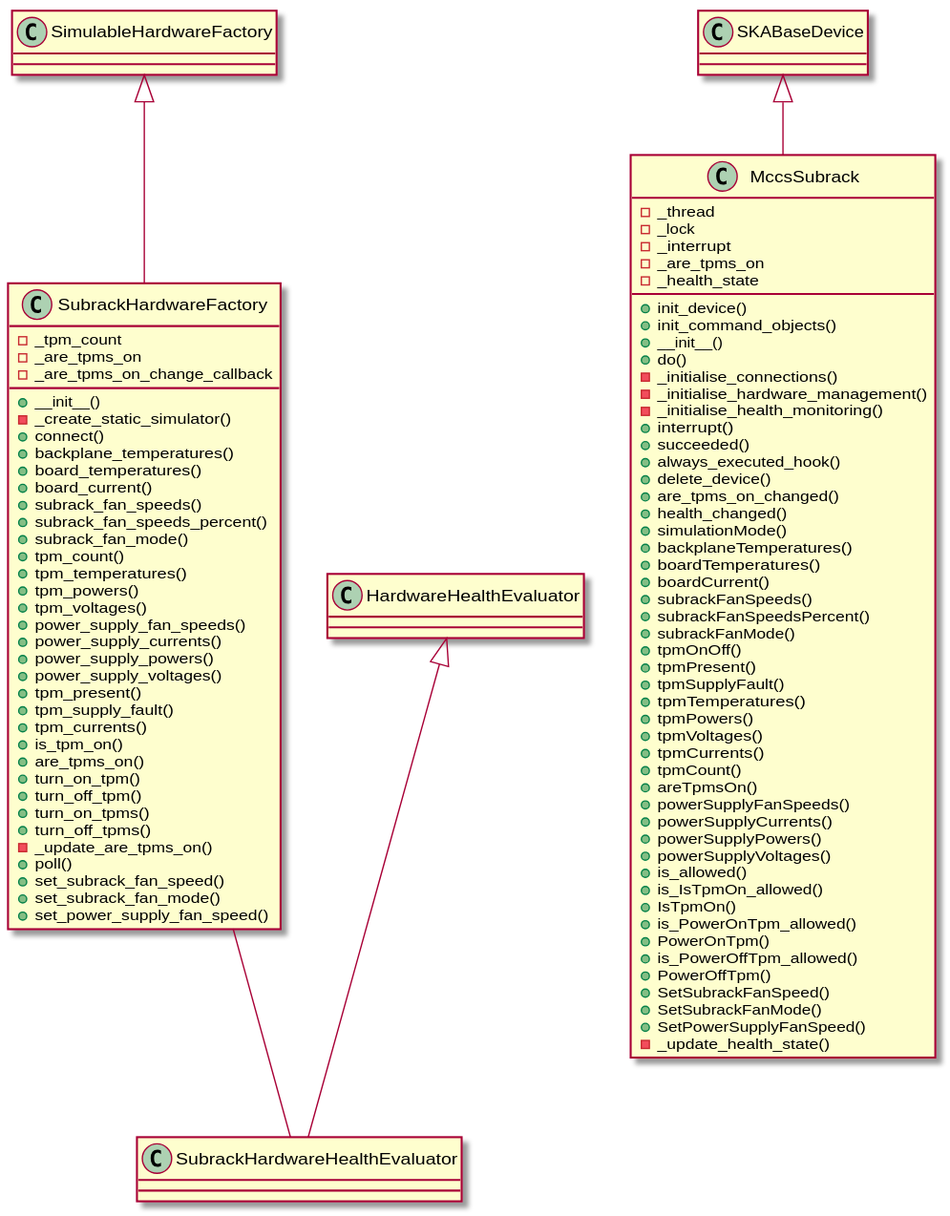
ska-telescope/ska-low-mccs-spshw keeps this PlantUML diagram as docs/source/api/subrack_device_class_diagram.svg. Above is the earlier version. Source of this version:
```plantuml
@startuml
class SubrackHardwareHealthEvaluator
class SubrackHardwareFactory
SubrackHardwareFactory : +__init__()
SubrackHardwareFactory : -_create_static_simulator()
SubrackHardwareFactory : +connect()
SubrackHardwareFactory : +backplane_temperatures()
SubrackHardwareFactory : +board_temperatures()
SubrackHardwareFactory : +board_current()
SubrackHardwareFactory : +subrack_fan_speeds()
SubrackHardwareFactory : +subrack_fan_speeds_percent()
SubrackHardwareFactory : +subrack_fan_mode()
SubrackHardwareFactory : +tpm_count()
SubrackHardwareFactory : +tpm_temperatures()
SubrackHardwareFactory : +tpm_powers()
SubrackHardwareFactory : +tpm_voltages()
SubrackHardwareFactory : +power_supply_fan_speeds()
SubrackHardwareFactory : +power_supply_currents()
SubrackHardwareFactory : +power_supply_powers()
SubrackHardwareFactory : +power_supply_voltages()
SubrackHardwareFactory : +tpm_present()
SubrackHardwareFactory : +tpm_supply_fault()
SubrackHardwareFactory : +tpm_currents()
SubrackHardwareFactory : +is_tpm_on()
SubrackHardwareFactory : +are_tpms_on()
SubrackHardwareFactory : +turn_on_tpm()
SubrackHardwareFactory : +turn_off_tpm()
SubrackHardwareFactory : +turn_on_tpms()
SubrackHardwareFactory : +turn_off_tpms()
SubrackHardwareFactory : -_update_are_tpms_on()
SubrackHardwareFactory : +poll()
SubrackHardwareFactory : +set_subrack_fan_speed()
SubrackHardwareFactory : +set_subrack_fan_mode()
SubrackHardwareFactory : +set_power_supply_fan_speed()
class MccsSubrack
MccsSubrack : +init_device()
MccsSubrack : +init_command_objects()
MccsSubrack : +__init__()
MccsSubrack : +do()
MccsSubrack : -_initialise_connections()
MccsSubrack : -_initialise_hardware_management()
MccsSubrack : -_initialise_health_monitoring()
MccsSubrack : +interrupt()
MccsSubrack : +succeeded()
MccsSubrack : +always_executed_hook()
MccsSubrack : +delete_device()
MccsSubrack : +are_tpms_on_changed()
MccsSubrack : +health_changed()
MccsSubrack : +simulationMode()
MccsSubrack : +backplaneTemperatures()
MccsSubrack : +boardTemperatures()
MccsSubrack : +boardCurrent()
MccsSubrack : +subrackFanSpeeds()
MccsSubrack : +subrackFanSpeedsPercent()
MccsSubrack : +subrackFanMode()
MccsSubrack : +tpmOnOff()
MccsSubrack : +tpmPresent()
MccsSubrack : +tpmSupplyFault()
MccsSubrack : +tpmTemperatures()
MccsSubrack : +tpmPowers()
MccsSubrack : +tpmVoltages()
MccsSubrack : +tpmCurrents()
MccsSubrack : +tpmCount()
MccsSubrack : +areTpmsOn()
MccsSubrack : +powerSupplyFanSpeeds()
MccsSubrack : +powerSupplyCurrents()
MccsSubrack : +powerSupplyPowers()
MccsSubrack : +powerSupplyVoltages()
MccsSubrack : +is_allowed()
MccsSubrack : +is_IsTpmOn_allowed()
MccsSubrack : +IsTpmOn()
MccsSubrack : +is_PowerOnTpm_allowed()
MccsSubrack : +PowerOnTpm()
MccsSubrack : +is_PowerOffTpm_allowed()
MccsSubrack : +PowerOffTpm()
MccsSubrack : +SetSubrackFanSpeed()
MccsSubrack : +SetSubrackFanMode()
MccsSubrack : +SetPowerSupplyFanSpeed()
MccsSubrack : -_update_health_state()
SubrackHardwareFactory : -_tpm_count
SubrackHardwareFactory : -_are_tpms_on
SubrackHardwareFactory : -_are_tpms_on_change_callback
MccsSubrack : -_thread
MccsSubrack : -_lock
MccsSubrack : -_interrupt
MccsSubrack : -_are_tpms_on
MccsSubrack : -_health_state

HardwareHealthEvaluator <|-- SubrackHardwareHealthEvaluator
SimulableHardwareFactory <|-- SubrackHardwareFactory
SKABaseDevice <|-- MccsSubrack
SubrackHardwareFactory -- SubrackHardwareHealthEvaluator
@enduml
```
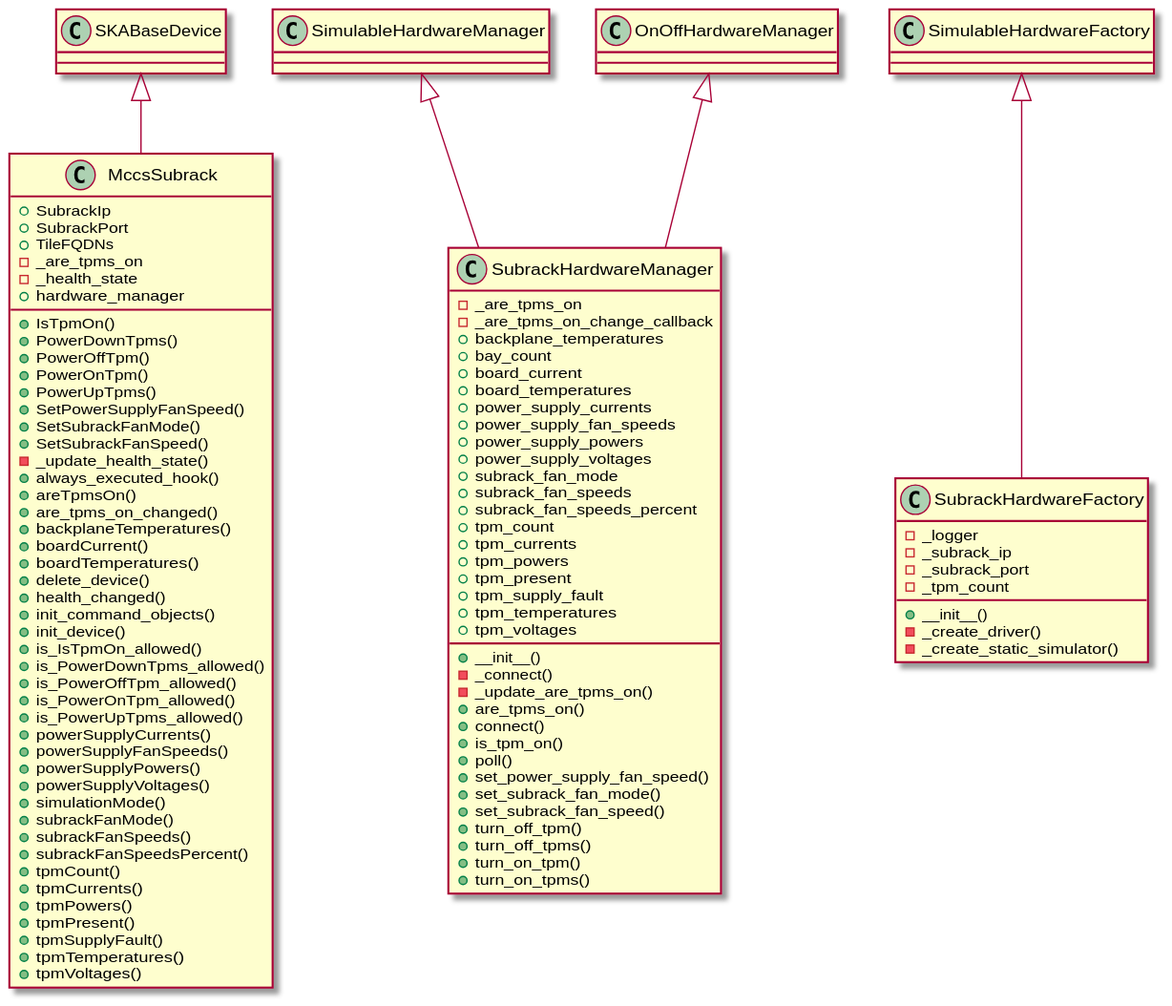
After the change.

Commit message:
[Mccs-422] Updated the uml diagram for tile_device and subrack_device

The edit, as a diff of the source:
```diff
@@ -1,93 +1,120 @@
 @startuml
-class SubrackHardwareHealthEvaluator
-class SubrackHardwareFactory
-SubrackHardwareFactory : +__init__()
-SubrackHardwareFactory : -_create_static_simulator()
-SubrackHardwareFactory : +connect()
-SubrackHardwareFactory : +backplane_temperatures()
-SubrackHardwareFactory : +board_temperatures()
-SubrackHardwareFactory : +board_current()
-SubrackHardwareFactory : +subrack_fan_speeds()
-SubrackHardwareFactory : +subrack_fan_speeds_percent()
-SubrackHardwareFactory : +subrack_fan_mode()
-SubrackHardwareFactory : +tpm_count()
-SubrackHardwareFactory : +tpm_temperatures()
-SubrackHardwareFactory : +tpm_powers()
-SubrackHardwareFactory : +tpm_voltages()
-SubrackHardwareFactory : +power_supply_fan_speeds()
-SubrackHardwareFactory : +power_supply_currents()
-SubrackHardwareFactory : +power_supply_powers()
-SubrackHardwareFactory : +power_supply_voltages()
-SubrackHardwareFactory : +tpm_present()
-SubrackHardwareFactory : +tpm_supply_fault()
-SubrackHardwareFactory : +tpm_currents()
-SubrackHardwareFactory : +is_tpm_on()
-SubrackHardwareFactory : +are_tpms_on()
-SubrackHardwareFactory : +turn_on_tpm()
-SubrackHardwareFactory : +turn_off_tpm()
-SubrackHardwareFactory : +turn_on_tpms()
-SubrackHardwareFactory : +turn_off_tpms()
-SubrackHardwareFactory : -_update_are_tpms_on()
-SubrackHardwareFactory : +poll()
-SubrackHardwareFactory : +set_subrack_fan_speed()
-SubrackHardwareFactory : +set_subrack_fan_mode()
-SubrackHardwareFactory : +set_power_supply_fan_speed()
-class MccsSubrack
-MccsSubrack : +init_device()
-MccsSubrack : +init_command_objects()
-MccsSubrack : +__init__()
-MccsSubrack : +do()
-MccsSubrack : -_initialise_connections()
-MccsSubrack : -_initialise_hardware_management()
-MccsSubrack : -_initialise_health_monitoring()
-MccsSubrack : +interrupt()
-MccsSubrack : +succeeded()
-MccsSubrack : +always_executed_hook()
-MccsSubrack : +delete_device()
-MccsSubrack : +are_tpms_on_changed()
-MccsSubrack : +health_changed()
-MccsSubrack : +simulationMode()
-MccsSubrack : +backplaneTemperatures()
-MccsSubrack : +boardTemperatures()
-MccsSubrack : +boardCurrent()
-MccsSubrack : +subrackFanSpeeds()
-MccsSubrack : +subrackFanSpeedsPercent()
-MccsSubrack : +subrackFanMode()
-MccsSubrack : +tpmOnOff()
-MccsSubrack : +tpmPresent()
-MccsSubrack : +tpmSupplyFault()
-MccsSubrack : +tpmTemperatures()
-MccsSubrack : +tpmPowers()
-MccsSubrack : +tpmVoltages()
-MccsSubrack : +tpmCurrents()
-MccsSubrack : +tpmCount()
-MccsSubrack : +areTpmsOn()
-MccsSubrack : +powerSupplyFanSpeeds()
-MccsSubrack : +powerSupplyCurrents()
-MccsSubrack : +powerSupplyPowers()
-MccsSubrack : +powerSupplyVoltages()
-MccsSubrack : +is_allowed()
-MccsSubrack : +is_IsTpmOn_allowed()
-MccsSubrack : +IsTpmOn()
-MccsSubrack : +is_PowerOnTpm_allowed()
-MccsSubrack : +PowerOnTpm()
-MccsSubrack : +is_PowerOffTpm_allowed()
-MccsSubrack : +PowerOffTpm()
-MccsSubrack : +SetSubrackFanSpeed()
-MccsSubrack : +SetSubrackFanMode()
-MccsSubrack : +SetPowerSupplyFanSpeed()
-MccsSubrack : -_update_health_state()
-SubrackHardwareFactory : -_tpm_count
-SubrackHardwareFactory : -_are_tpms_on
-SubrackHardwareFactory : -_are_tpms_on_change_callback
-MccsSubrack : -_thread
-MccsSubrack : -_lock
-MccsSubrack : -_interrupt
-MccsSubrack : -_are_tpms_on
-MccsSubrack : -_health_state
+class MccsSubrack {
+  +SubrackIp
+  +SubrackPort
+  +TileFQDNs
+  -_are_tpms_on
+  -_health_state
+  +hardware_manager
+  +IsTpmOn()
+  +PowerDownTpms()
+  +PowerOffTpm()
+  +PowerOnTpm()
+  +PowerUpTpms()
+  +SetPowerSupplyFanSpeed()
+  +SetSubrackFanMode()
+  +SetSubrackFanSpeed()
+  -_update_health_state()
+  +always_executed_hook()
+  +areTpmsOn()
+  +are_tpms_on_changed()
+  +backplaneTemperatures()
+  +boardCurrent()
+  +boardTemperatures()
+  +delete_device()
+  +health_changed()
+  +init_command_objects()
+  +init_device()
+  +is_IsTpmOn_allowed()
+  +is_PowerDownTpms_allowed()
+  +is_PowerOffTpm_allowed()
+  +is_PowerOnTpm_allowed()
+  +is_PowerUpTpms_allowed()
+  +powerSupplyCurrents()
+  +powerSupplyFanSpeeds()
+  +powerSupplyPowers()
+  +powerSupplyVoltages()
+  +simulationMode()
+  +subrackFanMode()
+  +subrackFanSpeeds()
+  +subrackFanSpeedsPercent()
+  +tpmCount()
+  +tpmCurrents()
+  +tpmPowers()
+  +tpmPresent()
+  +tpmSupplyFault()
+  +tpmTemperatures()
+  +tpmVoltages()
+}
 
-HardwareHealthEvaluator <|-- SubrackHardwareHealthEvaluator
+class SKABaseDevice {
+
+
+}
+
+class SubrackHardwareManager {
+  -_are_tpms_on
+  -_are_tpms_on_change_callback
+  +backplane_temperatures
+  +bay_count
+  +board_current
+  +board_temperatures
+  +power_supply_currents
+  +power_supply_fan_speeds
+  +power_supply_powers
+  +power_supply_voltages
+  +subrack_fan_mode
+  +subrack_fan_speeds
+  +subrack_fan_speeds_percent
+  +tpm_count
+  +tpm_currents
+  +tpm_powers
+  +tpm_present
+  +tpm_supply_fault
+  +tpm_temperatures
+  +tpm_voltages
+  +__init__()
+  -_connect()
+  -_update_are_tpms_on()
+  +are_tpms_on()
+  +connect()
+  +is_tpm_on()
+  +poll()
+  +set_power_supply_fan_speed()
+  +set_subrack_fan_mode()
+  +set_subrack_fan_speed()
+  +turn_off_tpm()
+  +turn_off_tpms()
+  +turn_on_tpm()
+  +turn_on_tpms()
+}
+
+class SimulableHardwareManager {
+
+
+}
+
+class OnOffHardwareManager {
+
+
+}
+
+class SubrackHardwareFactory {
+  -_logger
+  -_subrack_ip
+  -_subrack_port
+  -_tpm_count
+  +__init__()
+  -_create_driver()
+  -_create_static_simulator()
+}
+
+class SimulableHardwareFactory {
+
+
+}
+SKABaseDevice <|-- MccsSubrack
+SimulableHardwareManager <|-- SubrackHardwareManager
+OnOffHardwareManager <|-- SubrackHardwareManager
 SimulableHardwareFactory <|-- SubrackHardwareFactory
-SKABaseDevice <|-- MccsSubrack
-SubrackHardwareFactory -- SubrackHardwareHealthEvaluator
 @enduml
```
